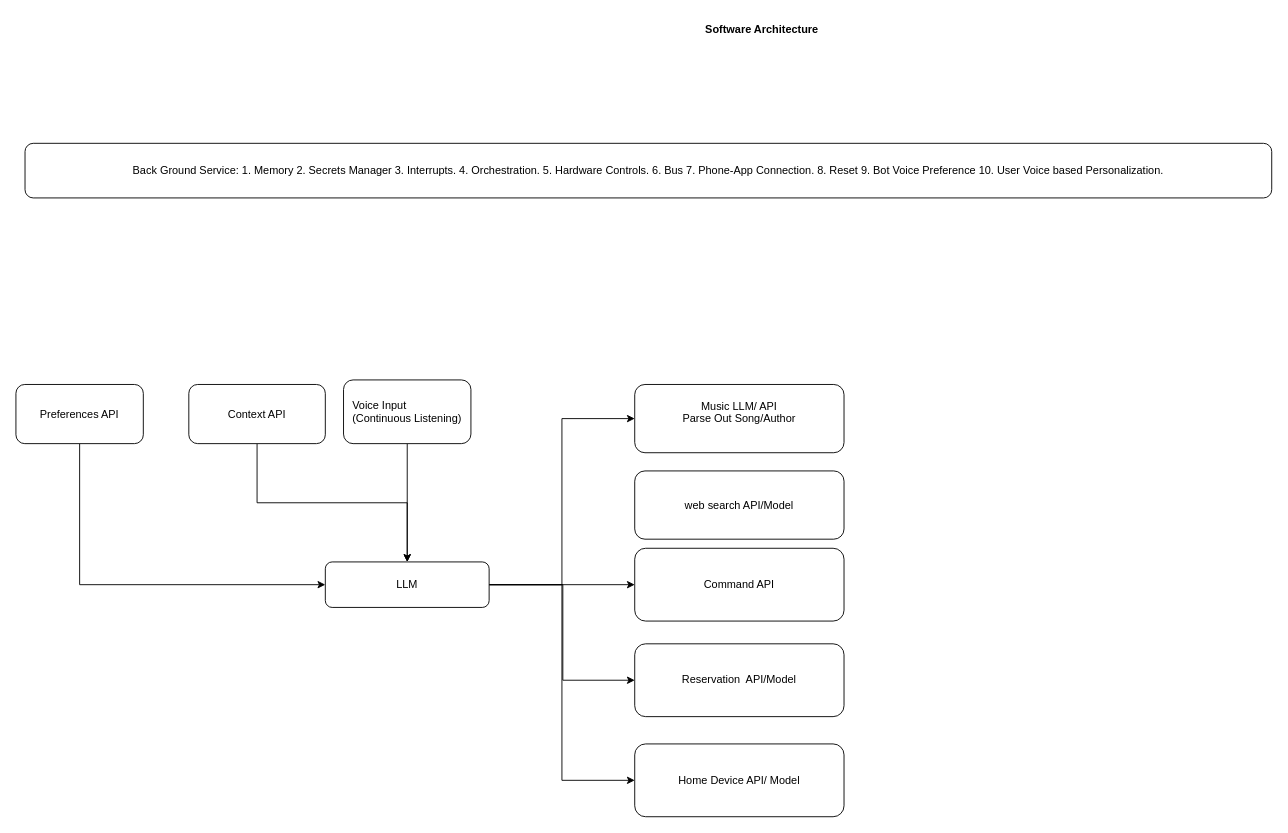
Before: page "Page-2" (2 of 4) of SoftwareDesign.drawio in kavinbala96/chatBot, a draw.io diagram. Source tidied: cells renumbered, new cells numbered last; positions are measured from the earlier drawing's top-left corner, leaving out a move shared by most shapes. Both pictures are drawn from the tidied source at 91%, with x=0, y=0 at pixel (15, 15).
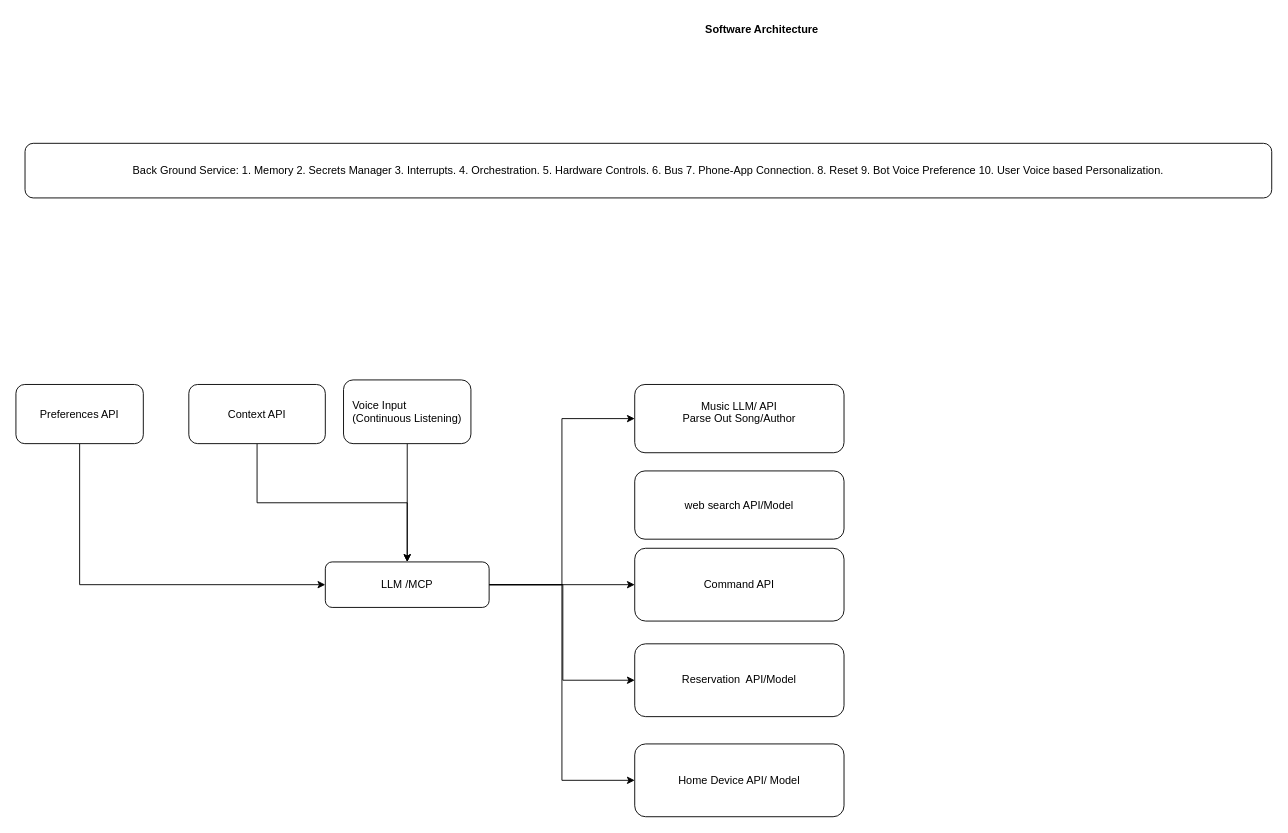
Above is the later version.

What changed in the source:
```diff
@@
-    <mxCell id="9" value="LLM" style="rounded=1;whiteSpace=wrap;html=1;" parent="1" vertex="1">
+    <mxCell id="9" value="LLM /MCP" style="rounded=1;whiteSpace=wrap;html=1;" parent="1" vertex="1">
       <mxGeometry x="340" y="600" width="180" height="50" as="geometry" />
     </mxCell>
```
